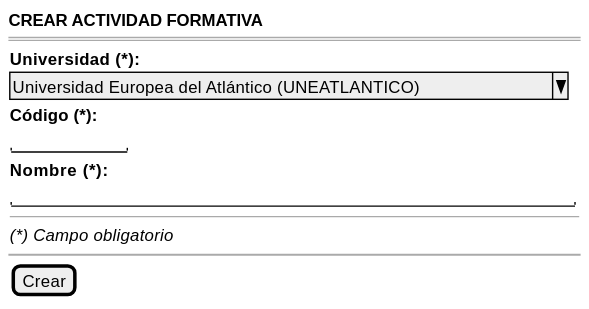
Before: images/RUP/01-requisitos/03-detalle-casos-uso/crearActividadFormativa/wireframe.svg, a diagram exported from PlantUML (mmasias/pyCeldaPublico).
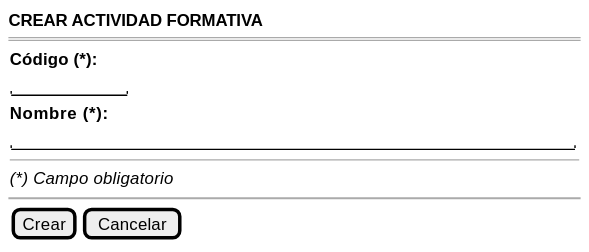
The same diagram one commit later.

The edit, as a diff of the source:
```diff
@@ -3,8 +3,6 @@
     <b>CREAR ACTIVIDAD FORMATIVA</b>
     ====
     {
-        <b>Universidad (*):</b>
-        ^Universidad Europea del Atlántico (UNEATLANTICO)^
         <b>Código (*):</b>
         "          "
         <b>Nombre (*):</b>
@@ -13,6 +11,6 @@
         <i>(*) Campo obligatorio</i>
     }
     ~~
-    {[Crear]}
+    {[Crear] | [Cancelar]}
 }
 @endsalt
```
